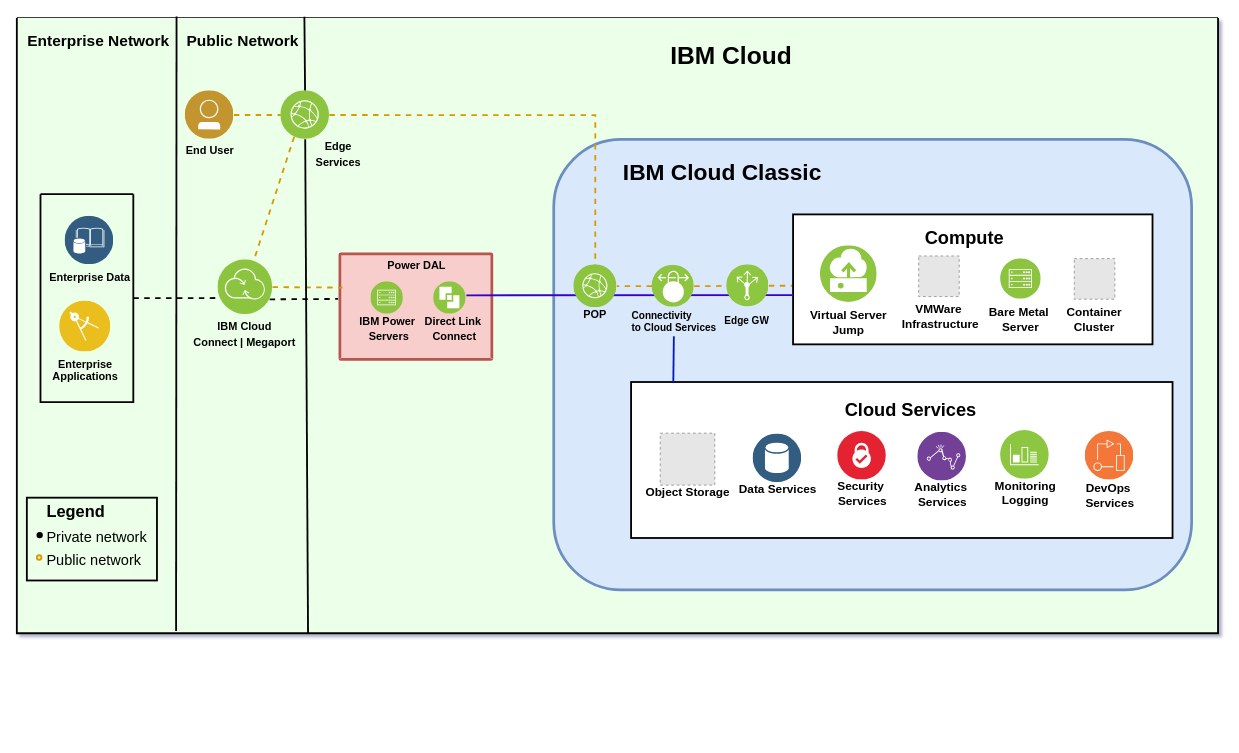
Before: page "network-cloud-colo" (4 of 7) of diagrams/power-iaas-diagram-enhanced.drawio in ibm-cloud-docs/power-iaas, a draw.io diagram. Source tidied: cells renumbered, new cells numbered last; positions are measured from the earlier drawing's top-left corner, leaving out a move shared by most shapes. Both pictures are drawn from the tidied source at 91%, with x=0, y=0 at pixel (16, 16). Pictures stored in the file or linked from it are replaced by grey dashed boxes.
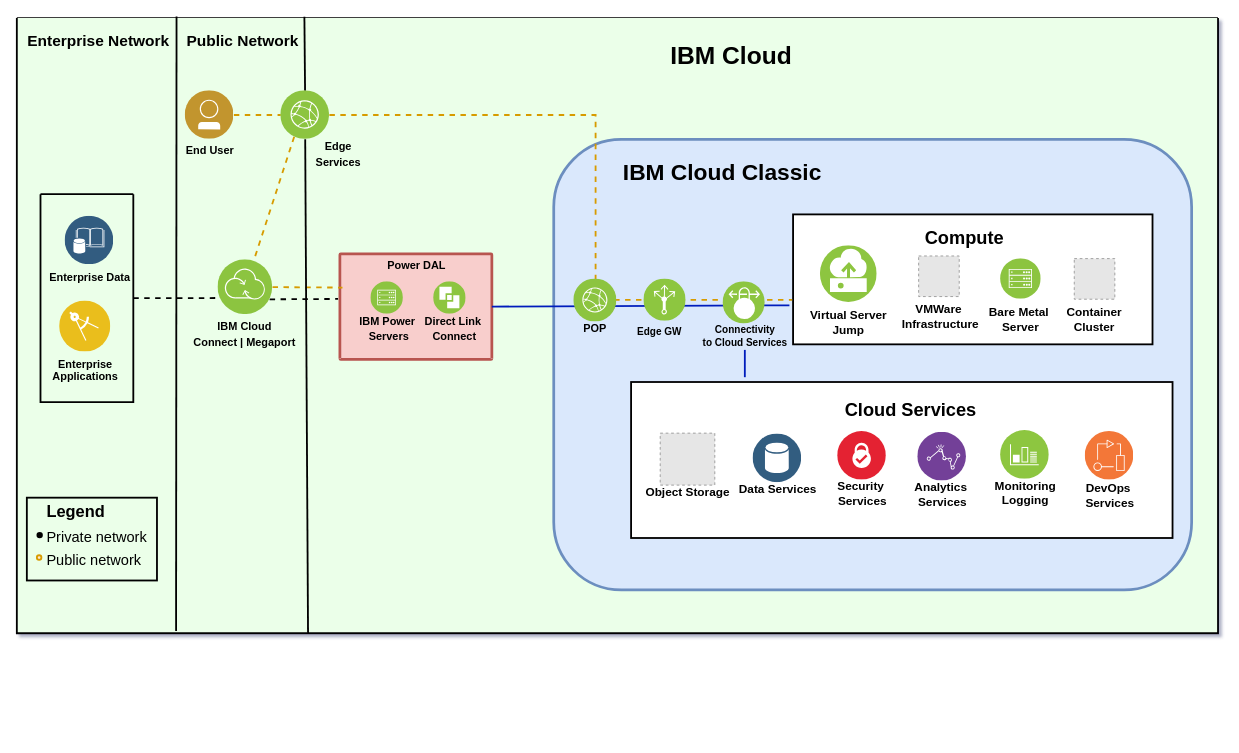
The same page after the edit.

The change refers to these unchanged cells:
```xml
<mxCell id="4" style="swimlane;shadow=0;align=right;startSize=0;strokeWidth=2;fontStyle=1;fontSize=10;verticalAlign=top;spacingTop=-6;html=1;labelBackgroundColor=none;swimlaneLine=1;swimlaneFillColor=#EBFFE9;fillColor=none;strokeColor=#000000;fontColor=#000000;" parent="3" vertex="1">
  <mxGeometry y="-28.6" width="1320" height="676" as="geometry" />
</mxCell>
<mxCell id="21" value="&lt;b&gt;&lt;font style=&quot;font-size: 15px&quot;&gt;POWER&amp;nbsp; DALLAS (DAL)&lt;/font&gt;&lt;/b&gt;" style="swimlane;fontStyle=0;horizontal=1;startSize=115;swimlaneLine=0;swimlaneFillColor=#ffffff;fillColor=#f8cecc;rounded=1;whiteSpace=wrap;html=1;absoluteArcSize=1;arcSize=68;strokeColor=#b85450;verticalAlign=top;align=left;spacingLeft=5;strokeWidth=3;spacingRight=5;noLabel=1;fontColor=none;" parent="4" vertex="1">
  <mxGeometry x="355" y="259" width="167" height="116" as="geometry" />
</mxCell>
<mxCell id="30" style="rounded=1;whiteSpace=wrap;html=1;labelBackgroundColor=none;fontSize=24;align=right;arcSize=0;strokeWidth=2;" parent="29" vertex="1">
  <mxGeometry width="595" height="171.4" as="geometry" />
</mxCell>
<mxCell id="39" style="rounded=1;whiteSpace=wrap;html=1;labelBackgroundColor=none;fontSize=24;align=right;arcSize=0;strokeWidth=2;" parent="38" vertex="1">
  <mxGeometry width="395" height="142.8" as="geometry" />
</mxCell>
<mxCell id="44" value="Virtual Server&#10;Jump&#10;&#10;" style="perimeter=ellipsePerimeter;align=center;shadow=0;dashed=0;image;image=img/lib/ibm/vpc/Instance.svg;fontColor=#000000;labelBackgroundColor=none;fontStyle=1;fontSize=13;" parent="38" vertex="1">
  <mxGeometry x="30" y="34.3" width="62.4" height="62.4" as="geometry" />
</mxCell>
<mxCell id="72" value="&lt;div&gt;Edge Services&lt;/div&gt;" style="perimeter=ellipsePerimeter;align=center;shadow=0;dashed=0;image;image=img/lib/ibm/infrastructure/edge_services.svg;labelBackgroundColor=none;strokeColor=#666666;strokeWidth=2;fillColor=#C2952D;gradientColor=none;fontSize=12;fontColor=none;spacingTop=3;html=1;fontStyle=1;noLabel=1;" parent="70" vertex="1">
  <mxGeometry x="290" y="81.1" width="53.5" height="53.5" as="geometry" />
</mxCell>
```

The edit, as a diff of the source:
```diff
@@
-    <mxCell id="11" style="edgeStyle=orthogonalEdgeStyle;rounded=0;jettySize=auto;html=1;exitX=1;exitY=0.5;exitDx=0;exitDy=0;startArrow=none;startFill=0;endArrow=none;endFill=0;strokeWidth=2;fontSize=11;fontColor=none;fillColor=#ffe6cc;strokeColor=#d79b00;dashed=1;" parent="4" edge="1" source="72" target="64">
-      <mxGeometry relative="1" as="geometry">
-        <Array as="points">
-          <mxPoint x="370" y="106.6" />
-          <mxPoint x="612" y="106.6" />
-        </Array>
-      </mxGeometry>
-    </mxCell>
-    <mxCell id="12" style="edgeStyle=orthogonalEdgeStyle;rounded=0;jettySize=auto;html=1;dashed=1;endArrow=none;endFill=0;strokeColor=#d79b00;strokeWidth=2;fontSize=14;fontColor=none;fillColor=#ffe6cc;" parent="4" edge="1" source="65" target="44">
-      <mxGeometry relative="1" as="geometry" />
-    </mxCell>
@@
-    <mxCell id="15" style="edgeStyle=orthogonalEdgeStyle;rounded=0;jettySize=auto;html=1;dashed=1;endArrow=none;endFill=0;strokeColor=#d79b00;strokeWidth=2;fontSize=14;fontColor=none;fillColor=#ffe6cc;" parent="4" edge="1" source="74" target="64">
-      <mxGeometry relative="1" as="geometry" />
-    </mxCell>
-    <mxCell id="16" style="edgeStyle=orthogonalEdgeStyle;rounded=0;jettySize=auto;html=1;dashed=1;endArrow=none;endFill=0;strokeColor=#d79b00;strokeWidth=2;fontSize=14;fontColor=none;fillColor=#ffe6cc;" parent="4" edge="1" source="74" target="65">
-      <mxGeometry relative="1" as="geometry" />
-    </mxCell>
     <mxCell id="17" value="&lt;font style=&quot;font-size: 11px&quot;&gt;&lt;b&gt;Edge GW&lt;/b&gt;&lt;/font&gt;" style="text;html=1;align=left;verticalAlign=top;spacingTop=-4;fontColor=none;" parent="4" vertex="1">
-      <mxGeometry x="776" y="322.6" width="60" height="15" as="geometry" />
+      <mxGeometry x="680" y="334.6" width="60" height="15" as="geometry" />
     </mxCell>
@@
-    <mxCell id="63" style="edgeStyle=orthogonalEdgeStyle;rounded=0;jettySize=auto;html=1;endArrow=none;endFill=0;strokeColor=#3700CC;strokeWidth=2;fontSize=12;fontColor=none;fillColor=#6a00ff;startArrow=none;startFill=0;exitX=0.001;exitY=0.621;exitDx=0;exitDy=0;exitPerimeter=0;" parent="4" edge="1" source="39">
-      <mxGeometry relative="1" as="geometry">
-        <mxPoint x="494" y="304.6" as="targetPoint" />
-        <Array as="points">
-          <mxPoint x="853" y="305" />
-          <mxPoint x="673" y="305" />
-        </Array>
-      </mxGeometry>
-    </mxCell>
-    <mxCell id="64" value="POP" style="perimeter=ellipsePerimeter;align=center;shadow=0;dashed=0;image;image=img/lib/ibm/infrastructure/edge_services.svg;strokeWidth=3;spacingTop=-6;fontColor=#000000;labelBackgroundColor=none;fontStyle=1;imageBorder=none;imageBackground=none;fontSize=12;" parent="4" vertex="1">
-      <mxGeometry x="612" y="270.9" width="47.3" height="47.3" as="geometry" />
-    </mxCell>
-    <mxCell id="65" value="Edge GW" style="perimeter=ellipsePerimeter;align=center;shadow=0;dashed=0;fontColor=none;labelBackgroundColor=none;fontSize=12;spacingTop=-2;image;image=img/lib/ibm/infrastructure/load_balancing_routing.svg;fontStyle=1;labelBorderColor=none;whiteSpace=wrap;noLabel=1;" parent="4" vertex="1">
-      <mxGeometry x="780" y="270.9" width="46.4" height="46.4" as="geometry" />
-    </mxCell>
@@
-    <mxCell id="67" value="&lt;font style=&quot;font-size: 11px&quot;&gt;&lt;b&gt;Connectivity&lt;br&gt;to Cloud Services&lt;/b&gt;&lt;/font&gt;" style="text;html=1;align=left;verticalAlign=top;spacingTop=-4;fontColor=none;" parent="4" vertex="1">
-      <mxGeometry x="674" y="316.6" width="105" height="30" as="geometry" />
+    <mxCell id="67" value="&lt;font style=&quot;font-size: 11px&quot;&gt;&lt;b&gt;Connectivity&lt;br&gt;to Cloud Services&lt;/b&gt;&lt;/font&gt;" style="text;html=1;align=center;verticalAlign=top;spacingTop=-4;fontColor=none;" parent="4" vertex="1">
+      <mxGeometry x="747" y="332.6" width="105" height="30" as="geometry" />
     </mxCell>
-    <mxCell id="68" style="edgeStyle=none;rounded=0;jettySize=auto;html=1;entryX=0.078;entryY=0.002;entryDx=0;entryDy=0;entryPerimeter=0;startArrow=none;startFill=0;endArrow=none;endFill=0;strokeColor=#001DBC;strokeWidth=2;fontSize=14;fontColor=none;fillColor=#0050ef;" parent="4" edge="1" target="30">
+    <mxCell id="68" style="edgeStyle=none;rounded=0;jettySize=auto;html=1;entryX=1;entryY=0.5;entryDx=0;entryDy=0;startArrow=none;startFill=0;endArrow=none;endFill=0;strokeColor=#001DBC;strokeWidth=2;fontSize=14;fontColor=none;fillColor=#0050ef;" parent="4" edge="1" target="21">
       <mxGeometry relative="1" as="geometry">
-        <mxPoint x="722" y="349.6" as="sourcePoint" />
+        <mxPoint x="849" y="315.6" as="sourcePoint" />
       </mxGeometry>
     </mxCell>
+    <mxCell id="75" style="edgeStyle=none;rounded=0;orthogonalLoop=1;jettySize=auto;html=1;startArrow=none;startFill=0;endArrow=none;endFill=0;strokeColor=#001DBC;strokeWidth=2;fontSize=14;fontColor=none;fillColor=#0050ef;" parent="4" edge="1">
+      <mxGeometry relative="1" as="geometry">
+        <mxPoint x="800" y="394.6" as="sourcePoint" />
+        <mxPoint x="800" y="364.6" as="targetPoint" />
+      </mxGeometry>
+    </mxCell>
@@
+    <mxCell id="76" parent="0" />
+    <mxCell id="11" style="edgeStyle=orthogonalEdgeStyle;rounded=0;jettySize=auto;html=1;exitX=1;exitY=0.5;exitDx=0;exitDy=0;startArrow=none;startFill=0;endArrow=none;endFill=0;strokeWidth=2;fontSize=11;fontColor=none;fillColor=#ffe6cc;strokeColor=#d79b00;dashed=1;" parent="76" edge="1" source="72">
+      <mxGeometry relative="1" as="geometry">
+        <mxPoint x="852" y="311" as="targetPoint" />
+        <Array as="points">
+          <mxPoint x="636" y="108" />
+          <mxPoint x="636" y="311" />
+          <mxPoint x="839" y="311" />
+        </Array>
+      </mxGeometry>
+    </mxCell>
+    <mxCell id="73" parent="0" />
+    <mxCell id="64" value="POP" style="perimeter=ellipsePerimeter;align=center;shadow=0;dashed=0;image;image=img/lib/ibm/infrastructure/edge_services.svg;strokeWidth=3;spacingTop=-6;fontColor=#000000;labelBackgroundColor=none;fontStyle=1;imageBorder=none;imageBackground=none;fontSize=12;" parent="73" vertex="1">
+      <mxGeometry x="612" y="288" width="47.3" height="47.3" as="geometry" />
+    </mxCell>
+    <mxCell id="65" value="Edge GW" style="perimeter=ellipsePerimeter;align=center;shadow=0;dashed=0;fontColor=none;labelBackgroundColor=none;fontSize=12;spacingTop=-2;image;image=img/lib/ibm/infrastructure/load_balancing_routing.svg;fontStyle=1;labelBorderColor=none;whiteSpace=wrap;noLabel=1;" parent="73" vertex="1">
+      <mxGeometry x="689" y="288" width="46.4" height="46.4" as="geometry" />
+    </mxCell>
+    <mxCell id="74" value="Connectivity to&#10; Cloud Services&#10;&#10;" style="perimeter=ellipsePerimeter;align=center;shadow=0;dashed=0;image;image=img/lib/ibm/vpc/VPN.svg;fontColor=none;spacingTop=-6;fontStyle=1;fontSize=11;labelBackgroundColor=none;labelBorderColor=none;noLabel=1;" parent="73" vertex="1">
+      <mxGeometry x="776" y="291" width="46.4" height="46.4" as="geometry" />
+    </mxCell>
@@
-    <mxCell id="73" parent="0" />
-    <mxCell id="74" value="Connectivity to&#10; Cloud Services&#10;&#10;" style="perimeter=ellipsePerimeter;align=center;shadow=0;dashed=0;image;image=img/lib/ibm/vpc/VPN.svg;fontColor=none;spacingTop=-6;fontStyle=1;fontSize=11;labelBackgroundColor=none;labelBorderColor=none;noLabel=1;" parent="73" vertex="1">
-      <mxGeometry x="698" y="272.8" width="46.4" height="46.4" as="geometry" />
-    </mxCell>
```
